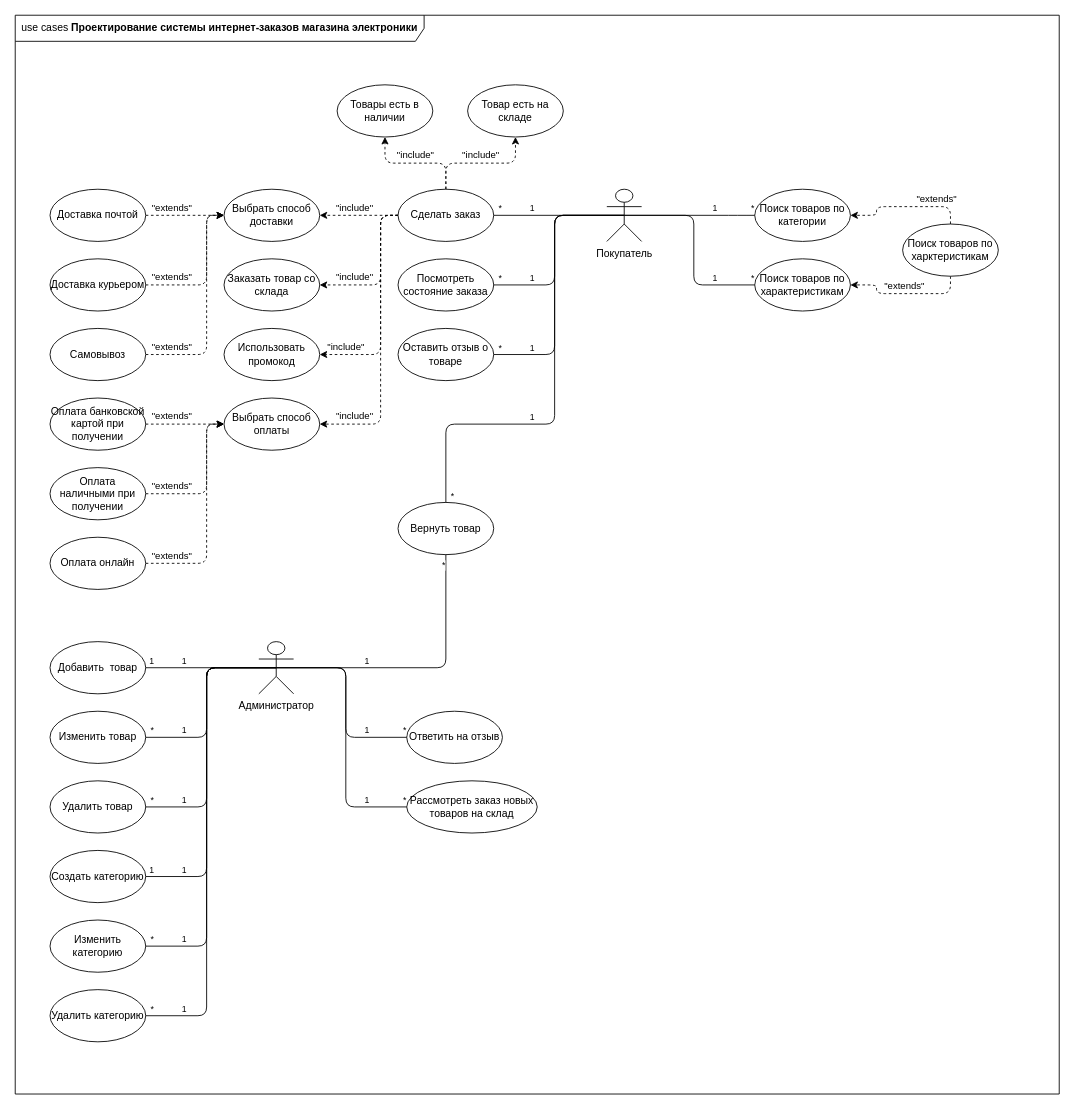
Earlier version of the draw.io diagram use_case.drawio (randomunrandom/MSS). Source tidied: cells renumbered, new cells numbered last; positions are measured from the earlier drawing's top-left corner, leaving out a move shared by most shapes. Both pictures are drawn from the tidied source at 87%, with x=0, y=0 at pixel (15, 15).
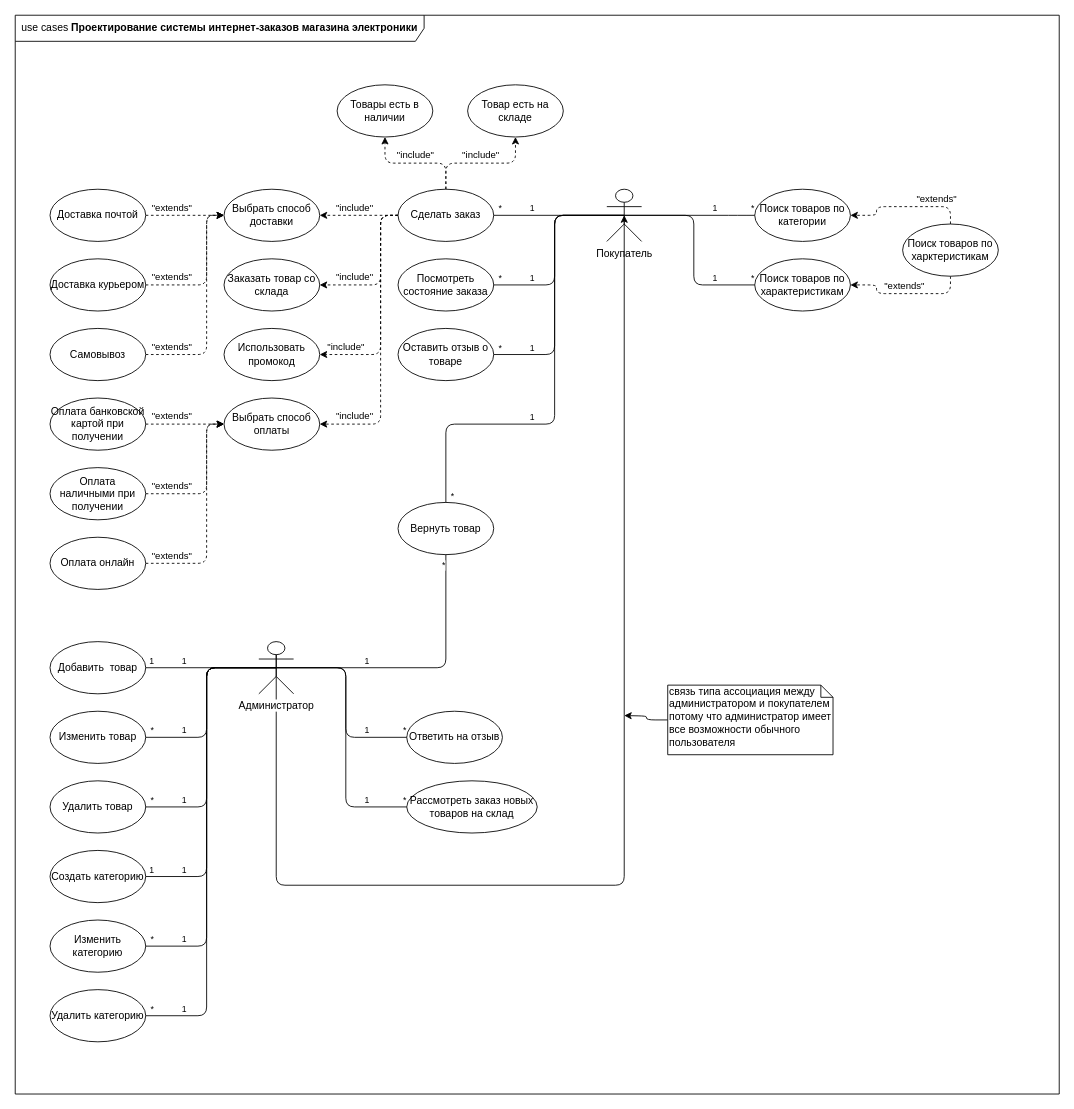
The same page after the edit.

The change refers to these unchanged cells:
```xml
<mxCell id="3" value="Покупатель" style="shape=umlActor;verticalLabelPosition=bottom;labelBackgroundColor=#ffffff;verticalAlign=top;html=1;" parent="1" vertex="1">
  <mxGeometry x="680" y="200" width="40" height="60" as="geometry" />
</mxCell>
<mxCell id="55" value="Администратор" style="shape=umlActor;verticalLabelPosition=bottom;labelBackgroundColor=#ffffff;verticalAlign=top;html=1;" parent="1" vertex="1">
  <mxGeometry x="280" y="720" width="40" height="60" as="geometry" />
</mxCell>
```

Diff of the diagram source:
```diff
@@
+    <mxCell id="91" style="edgeStyle=orthogonalEdgeStyle;rounded=1;jettySize=auto;html=1;exitX=0.5;exitY=0;exitDx=0;exitDy=0;exitPerimeter=0;entryX=0.5;entryY=0.5;entryDx=0;entryDy=0;entryPerimeter=0;" parent="1" edge="1" source="55" target="3">
+      <mxGeometry relative="1" as="geometry">
+        <Array as="points">
+          <mxPoint x="300" y="1000" />
+          <mxPoint x="700" y="1000" />
+        </Array>
+      </mxGeometry>
+    </mxCell>
@@
+    <mxCell id="92" style="edgeStyle=orthogonalEdgeStyle;rounded=1;jettySize=auto;html=1;exitX=0;exitY=0.5;exitDx=0;exitDy=0;exitPerimeter=0;" parent="1" edge="1" source="93">
+      <mxGeometry relative="1" as="geometry">
+        <mxPoint x="700" y="805" as="targetPoint" />
+      </mxGeometry>
+    </mxCell>
+    <mxCell id="93" value="связь типа ассоциация между администратором и покупателем потому что администратор имеет все возможности обычного пользователя" style="shape=note;whiteSpace=wrap;html=1;size=14;verticalAlign=top;align=left;spacingTop=-6;" parent="1" vertex="1">
+      <mxGeometry x="750" y="770" width="190" height="80" as="geometry" />
+    </mxCell>
```
